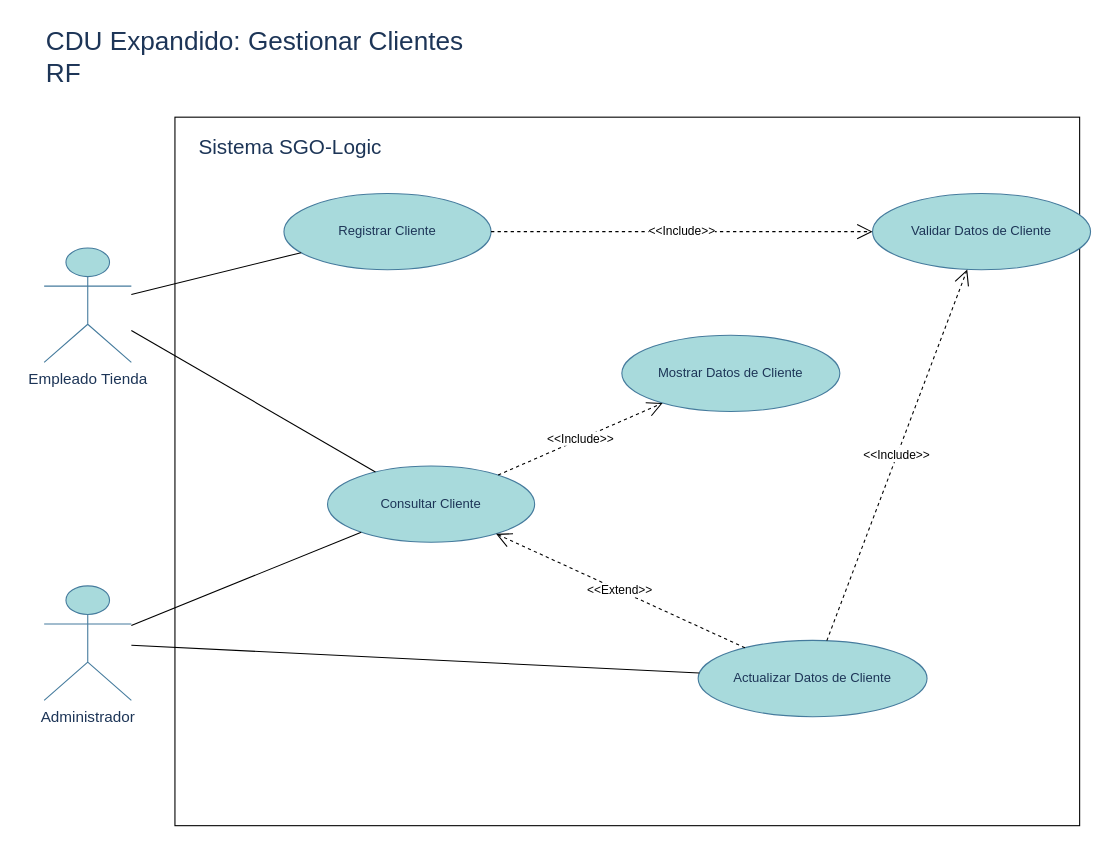
The draw.io diagram FASE 2/DRAWIO/CDU-Expandido-Gestionar-Clientes.drawio in jRodas497/AYD2_A_2S2025_PROYECTO_G3, before the edit. Source tidied: cells renumbered, new cells numbered last; positions are measured from the earlier drawing's top-left corner, leaving out a move shared by most shapes. Both pictures are drawn from the tidied source at 109%, with x=0, y=0 at pixel (44, 19).
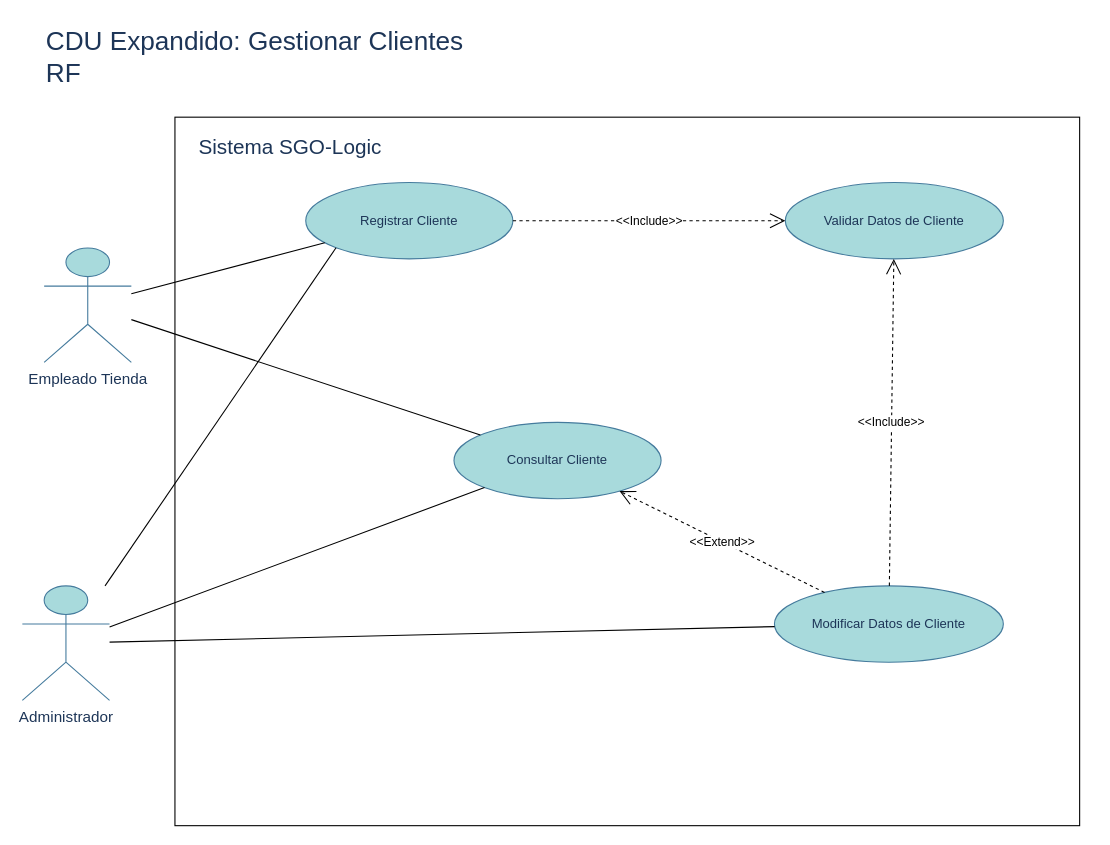
The same diagram, later.

Commit message (it also covers changes not shown here):
feat(gestionar clientes): diagrama arreglado

Change to the diagram source:
```diff
@@
 <mxGraphModel background="#ffffff">
   <root>
     <mxCell id="0" />
     <mxCell id="1" parent="0" />
     <mxCell id="2" style="rounded=0;whiteSpace=wrap;html=1;fillColor=none;" parent="1" vertex="1">
       <mxGeometry x="120" y="90" width="830" height="650" as="geometry" />
     </mxCell>
     <mxCell id="3" value="&lt;font style=&quot;font-size: 24px;&quot;&gt;CDU Expandido: Gestionar Clientes&lt;/font&gt;&lt;div&gt;&lt;span style=&quot;font-size: 24px;&quot;&gt;RF&lt;/span&gt;&lt;/div&gt;" style="text;html=1;whiteSpace=wrap;overflow=hidden;rounded=0;labelBackgroundColor=none;fontColor=#1D3557;" parent="1" vertex="1">
       <mxGeometry width="800" height="70" as="geometry" />
     </mxCell>
     <mxCell id="4" value="&lt;span&gt;Sistema SGO-Logic&lt;/span&gt;" style="text;html=1;whiteSpace=wrap;overflow=hidden;rounded=0;labelBackgroundColor=none;fontColor=#1D3557;fontSize=19;" parent="1" vertex="1">
       <mxGeometry x="140" y="100" width="236" height="50" as="geometry" />
     </mxCell>
     <mxCell id="5" value="Empleado Tienda" style="shape=umlActor;verticalLabelPosition=bottom;verticalAlign=top;html=1;outlineConnect=0;fontSize=14;labelBackgroundColor=none;fillColor=#A8DADC;strokeColor=#457B9D;fontColor=#1D3557;" parent="1" vertex="1">
       <mxGeometry y="210" width="80" height="105" as="geometry" />
     </mxCell>
     <mxCell id="6" value="Administrador" style="shape=umlActor;verticalLabelPosition=bottom;verticalAlign=top;html=1;outlineConnect=0;fontSize=14;labelBackgroundColor=none;fillColor=#A8DADC;strokeColor=#457B9D;fontColor=#1D3557;" parent="1" vertex="1">
-      <mxGeometry y="520" width="80" height="105" as="geometry" />
+      <mxGeometry x="-20" y="520" width="80" height="105" as="geometry" />
     </mxCell>
     <mxCell id="7" value="Registrar Cliente" style="ellipse;whiteSpace=wrap;html=1;shapeInside=1;fillColor=#A8DADC;fontColor=#1D3557;strokeColor=#457B9D;labelBackgroundColor=none;" parent="1" vertex="1">
-      <mxGeometry x="220" y="160" width="190" height="70" as="geometry" />
+      <mxGeometry x="240" y="150" width="190" height="70" as="geometry" />
     </mxCell>
     <mxCell id="8" value="Validar Datos de Cliente" style="ellipse;whiteSpace=wrap;html=1;shapeInside=1;fillColor=#A8DADC;fontColor=#1D3557;strokeColor=#457B9D;labelBackgroundColor=none;" parent="1" vertex="1">
-      <mxGeometry x="760" y="160" width="200" height="70" as="geometry" />
+      <mxGeometry x="680" y="150" width="200" height="70" as="geometry" />
     </mxCell>
     <mxCell id="9" value="Consultar Cliente" style="ellipse;whiteSpace=wrap;html=1;shapeInside=1;fillColor=#A8DADC;fontColor=#1D3557;strokeColor=#457B9D;labelBackgroundColor=none;" parent="1" vertex="1">
-      <mxGeometry x="260" y="410" width="190" height="70" as="geometry" />
+      <mxGeometry x="376" y="370" width="190" height="70" as="geometry" />
     </mxCell>
-    <mxCell id="10" value="Mostrar Datos de Cliente" style="ellipse;whiteSpace=wrap;html=1;shapeInside=1;fillColor=#A8DADC;fontColor=#1D3557;strokeColor=#457B9D;labelBackgroundColor=none;" parent="1" vertex="1">
-      <mxGeometry x="530" y="290" width="200" height="70" as="geometry" />
-    </mxCell>
-    <mxCell id="11" value="Actualizar Datos de Cliente" style="ellipse;whiteSpace=wrap;html=1;shapeInside=1;fillColor=#A8DADC;fontColor=#1D3557;strokeColor=#457B9D;labelBackgroundColor=none;" parent="1" vertex="1">
-      <mxGeometry x="600" y="570" width="210" height="70" as="geometry" />
+    <mxCell id="11" value="Modificar Datos de Cliente" style="ellipse;whiteSpace=wrap;html=1;shapeInside=1;fillColor=#A8DADC;fontColor=#1D3557;strokeColor=#457B9D;labelBackgroundColor=none;" parent="1" vertex="1">
+      <mxGeometry x="670" y="520" width="210" height="70" as="geometry" />
     </mxCell>
     <mxCell id="12" style="endArrow=none;html=1;rounded=0;" parent="1" edge="1" source="5" target="7">
       <mxGeometry relative="1" as="geometry" />
     </mxCell>
     <mxCell id="13" style="endArrow=none;html=1;rounded=0;" parent="1" edge="1" source="5" target="9">
       <mxGeometry relative="1" as="geometry" />
     </mxCell>
     <mxCell id="14" style="endArrow=none;html=1;rounded=0;" parent="1" edge="1" source="6" target="9">
       <mxGeometry relative="1" as="geometry" />
     </mxCell>
     <mxCell id="15" style="endArrow=none;html=1;rounded=0;" parent="1" edge="1" source="6" target="11">
       <mxGeometry relative="1" as="geometry" />
     </mxCell>
     <mxCell id="16" value="&amp;lt;&amp;lt;Include&amp;gt;&amp;gt;" style="endArrow=open;endSize=12;dashed=1;html=1;rounded=0;" parent="1" edge="1" source="7" target="8">
       <mxGeometry relative="1" as="geometry" />
     </mxCell>
-    <mxCell id="17" value="&amp;lt;&amp;lt;Include&amp;gt;&amp;gt;" style="endArrow=open;endSize=12;dashed=1;html=1;rounded=0;" parent="1" edge="1" source="9" target="10">
-      <mxGeometry relative="1" as="geometry" />
-    </mxCell>
     <mxCell id="18" value="&amp;lt;&amp;lt;Extend&amp;gt;&amp;gt;" style="endArrow=open;endSize=12;dashed=1;html=1;rounded=0;" parent="1" edge="1" source="11" target="9">
       <mxGeometry relative="1" as="geometry" />
     </mxCell>
     <mxCell id="19" value="&amp;lt;&amp;lt;Include&amp;gt;&amp;gt;" style="endArrow=open;endSize=12;dashed=1;html=1;rounded=0;anchorPointDirection=1;" parent="1" edge="1" source="11" target="8">
       <mxGeometry relative="1" as="geometry" />
     </mxCell>
+    <mxCell id="20" style="endArrow=none;html=1;entryX=0;entryY=1;entryDx=0;entryDy=0;" parent="1" edge="1" source="6" target="7">
+      <mxGeometry relative="1" as="geometry" />
+    </mxCell>
   </root>
 </mxGraphModel>
```
